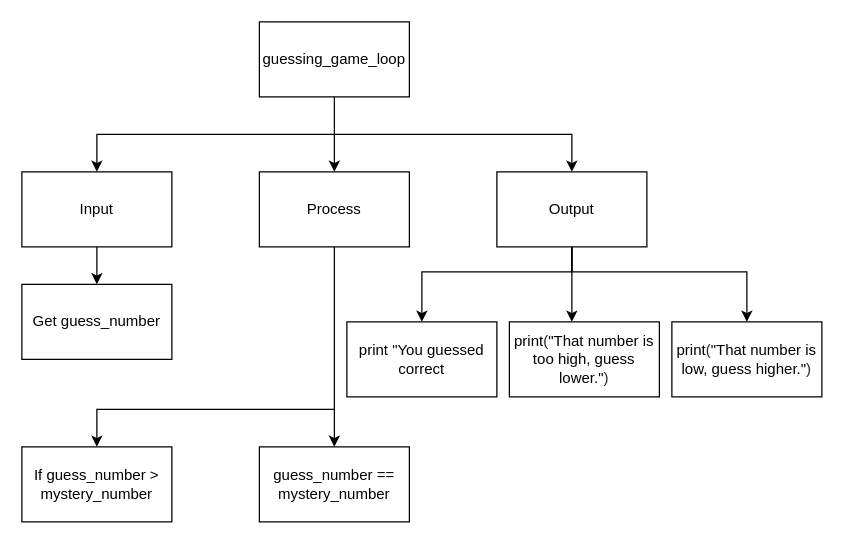
The draw.io diagram Draw.io/topdown.drawio in Peter-Gemmell/ICS3U-Unit4-04-Python, before the edit. Source tidied: cells renumbered, new cells numbered last; positions are measured from the earlier drawing's top-left corner, leaving out a move shared by most shapes. Both pictures are drawn from the tidied source at 125%, with x=0, y=0 at pixel (21, 21).
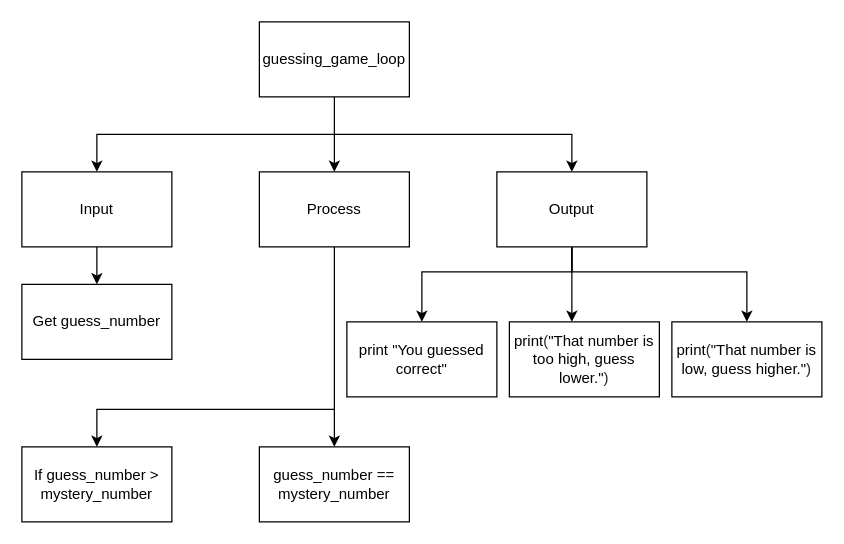
Above is the later version.

Diff of the diagram source:
```diff
@@
-    <mxCell id="19" value="&lt;span&gt;print &quot;You guessed correct&lt;/span&gt;" style="rounded=0;whiteSpace=wrap;html=1;" parent="1" vertex="1">
+    <mxCell id="19" value="&lt;span&gt;print &quot;You guessed correct&quot;&lt;/span&gt;" style="rounded=0;whiteSpace=wrap;html=1;" parent="1" vertex="1">
       <mxGeometry x="260" y="240" width="120" height="60" as="geometry" />
     </mxCell>
```
